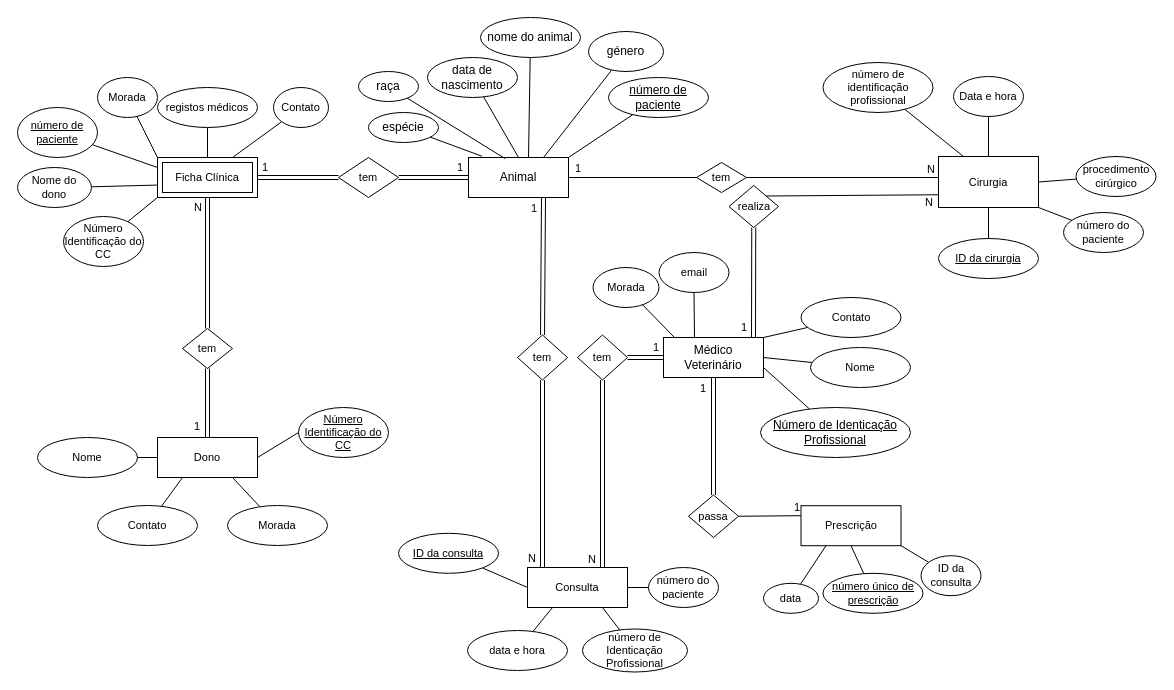
Before: Projeto/DER.drawio in joaomonteir0/BD, a draw.io diagram. Source tidied: cells renumbered, new cells numbered last; positions are measured from the earlier drawing's top-left corner, leaving out a move shared by most shapes. Both pictures are drawn from the tidied source at 100%, with x=0, y=0 at pixel (17, 17).
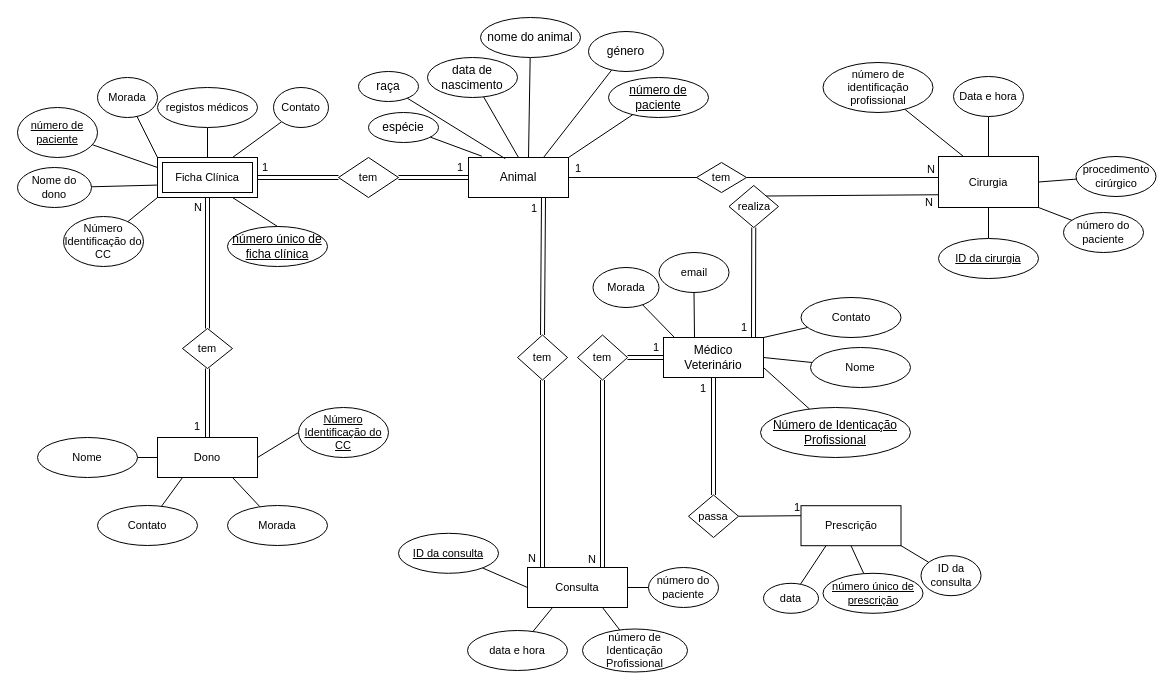
The same page after the edit.

Commit message (it also covers changes not shown here):
alterar DER

Unchanged cells that the change refers to:
```xml
<mxCell id="29" value="Ficha Clínica" style="shape=ext;margin=3;double=1;whiteSpace=wrap;html=1;align=center;fontFamily=Helvetica;fontSize=11;fontColor=default;" parent="1" vertex="1">
  <mxGeometry x="140" y="140" width="100" height="40" as="geometry" />
</mxCell>
```

Diff of the diagram source:
```diff
@@
+    <mxCell id="112" value="número único de ficha clínica" style="ellipse;whiteSpace=wrap;html=1;align=center;fontStyle=4;" parent="1" vertex="1">
+      <mxGeometry x="210" y="209" width="100" height="40" as="geometry" />
+    </mxCell>
+    <mxCell id="113" style="endArrow=none;html=1;rounded=0;entryX=0.75;entryY=1;entryDx=0;entryDy=0;exitX=0.5;exitY=0;exitDx=0;exitDy=0;" parent="1" edge="1" source="112" target="29">
+      <mxGeometry relative="1" as="geometry" />
+    </mxCell>
```
